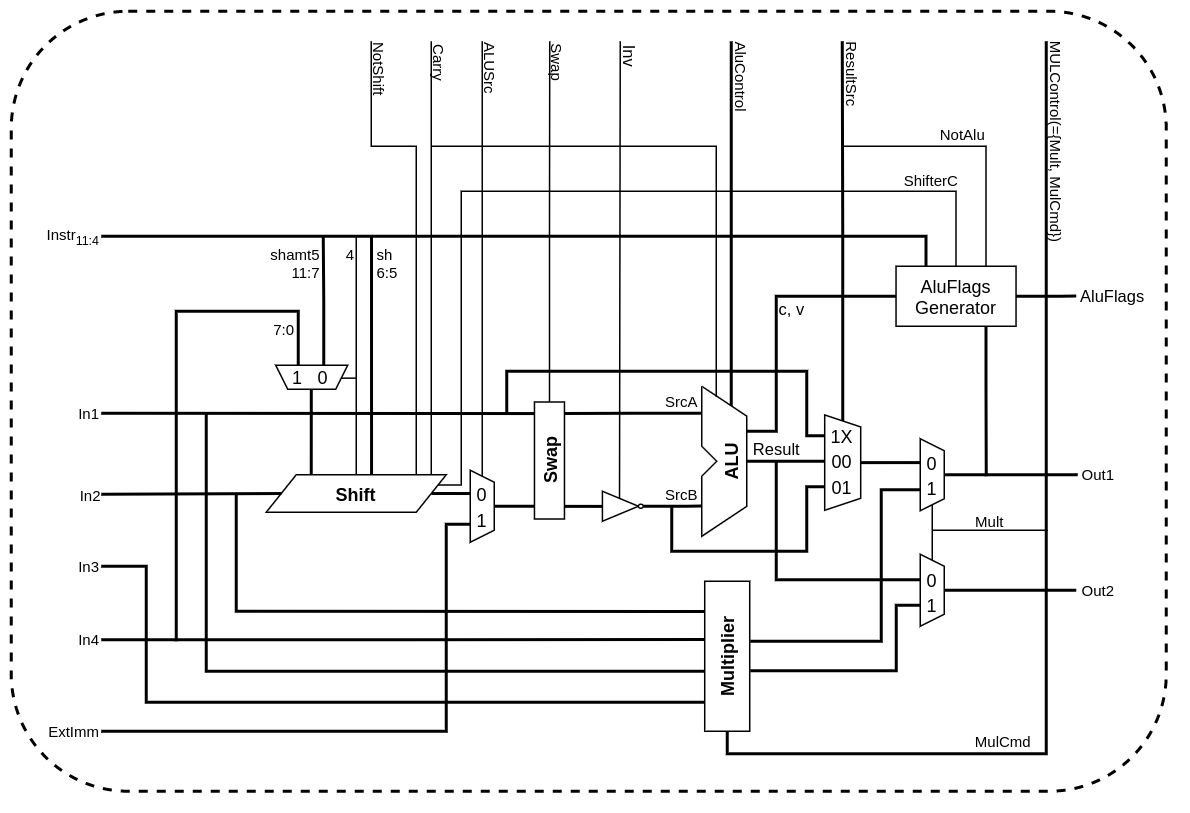
This is asset/alu_block.drawio.png from takah29/arm-cpu, a draw.io export, as it was before one commit. Source tidied: cells renumbered, new cells last; positions are measured from the earlier drawing's top-left corner, leaving out a move shared by most shapes.
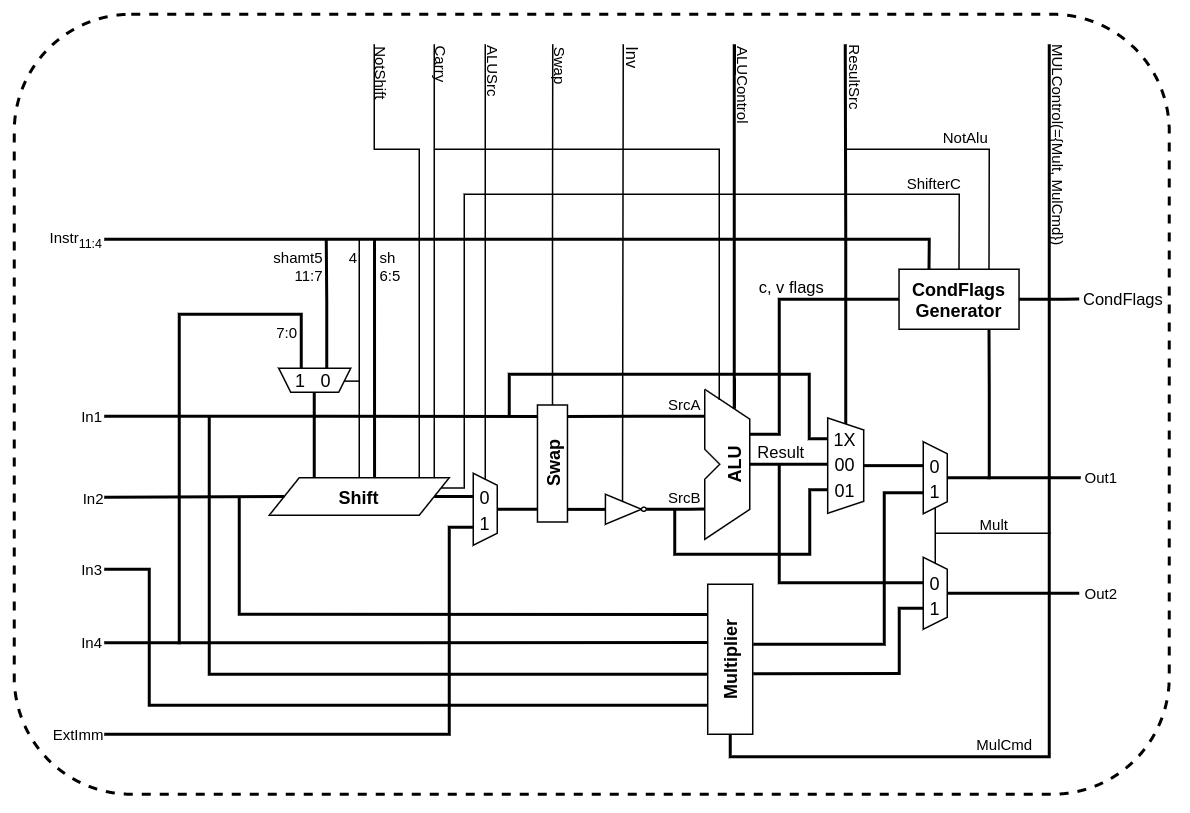
The same diagram one commit later.

Commit message:
回路図を修正

Diff of the diagram source:
```diff
@@ -171,10 +171,9 @@
         <mxPoint x="542.3" y="283" as="sourcePoint" />
         <mxPoint x="330" y="268" as="targetPoint" />
         <Array as="points">
-          <mxPoint x="530.3" y="283" />
-          <mxPoint x="530.3" y="240" />
-          <mxPoint x="330.3" y="240" />
-          <mxPoint x="330.3" y="268" />
+          <mxPoint x="530" y="283" />
+          <mxPoint x="530" y="240" />
+          <mxPoint x="330" y="240" />
         </Array>
       </mxGeometry>
     </mxCell>
@@ -292,7 +291,7 @@
         <mxPoint x="60" y="268" as="sourcePoint" />
         <mxPoint x="348.9" y="268.2" as="targetPoint" />
         <Array as="points">
-          <mxPoint x="349" y="268" />
+          <mxPoint x="210" y="268" />
         </Array>
       </mxGeometry>
     </mxCell>
@@ -332,7 +331,7 @@
     </mxCell>
     <mxCell id="62" value="Inv" style="edgeLabel;html=1;align=center;verticalAlign=middle;fontSize=11;labelBackgroundColor=none;rotation=90;labelPosition=center;verticalLabelPosition=middle;" parent="61" vertex="1">
       <mxGeometry x="-0.98" relative="1" as="geometry">
-        <mxPoint x="7.3" y="5.8" as="offset" />
+        <mxPoint x="7.3" y="4.8" as="offset" />
       </mxGeometry>
     </mxCell>
     <mxCell id="63" style="edgeStyle=orthogonalEdgeStyle;rounded=0;orthogonalLoop=1;jettySize=auto;html=1;endArrow=none;endFill=0;strokeWidth=2;entryX=0;entryY=0.5;entryDx=0;entryDy=0;" parent="1" edge="1">
@@ -395,9 +394,9 @@
         </Array>
       </mxGeometry>
     </mxCell>
-    <mxCell id="74" value="c, v" style="edgeLabel;html=1;align=left;verticalAlign=middle;labelBackgroundColor=none;labelPosition=right;verticalLabelPosition=middle;" parent="73" vertex="1">
+    <mxCell id="74" value="c, v flags" style="edgeLabel;html=1;align=center;verticalAlign=bottom;labelBackgroundColor=none;labelPosition=center;verticalLabelPosition=middle;" parent="73" vertex="1">
       <mxGeometry x="-0.15" relative="1" as="geometry">
-        <mxPoint x="0.3" y="-20.7" as="offset" />
+        <mxPoint x="7.3" y="-28.7" as="offset" />
       </mxGeometry>
     </mxCell>
     <mxCell id="75" style="edgeStyle=orthogonalEdgeStyle;rounded=0;orthogonalLoop=1;jettySize=auto;html=1;exitX=0;exitY=0.5;exitDx=0;exitDy=0;endArrow=none;endFill=0;strokeWidth=2;fontSize=10;" parent="1" edge="1">
@@ -425,9 +424,9 @@
         </Array>
       </mxGeometry>
     </mxCell>
-    <mxCell id="78" value="AluControl" style="edgeLabel;html=1;align=center;verticalAlign=middle;fontSize=10;rotation=90;labelBackgroundColor=none;" parent="77" vertex="1">
+    <mxCell id="78" value="ALUControl" style="edgeLabel;html=1;align=center;verticalAlign=middle;fontSize=10;rotation=90;labelBackgroundColor=none;" parent="77" vertex="1">
       <mxGeometry x="0.7" relative="1" as="geometry">
-        <mxPoint x="7" y="-14" as="offset" />
+        <mxPoint x="7" y="-11" as="offset" />
       </mxGeometry>
     </mxCell>
     <mxCell id="79" style="edgeStyle=orthogonalEdgeStyle;rounded=0;orthogonalLoop=1;jettySize=auto;html=1;endArrow=none;endFill=0;strokeWidth=1;fontSize=10;" parent="1" edge="1">
@@ -495,12 +494,12 @@
     </mxCell>
     <mxCell id="87" value="Carry" style="edgeLabel;html=1;align=center;verticalAlign=middle;fontSize=10;rotation=90;labelBackgroundColor=none;" parent="86" vertex="1">
       <mxGeometry x="0.42" y="-1" relative="1" as="geometry">
-        <mxPoint x="5" y="-70.8" as="offset" />
+        <mxPoint x="5" y="-71.8" as="offset" />
       </mxGeometry>
     </mxCell>
     <mxCell id="88" style="edgeStyle=orthogonalEdgeStyle;rounded=0;orthogonalLoop=1;jettySize=auto;html=1;endArrow=none;endFill=0;strokeWidth=2;fontSize=10;entryX=0.688;entryY=1.001;entryDx=0;entryDy=0;entryPerimeter=0;" parent="1" edge="1">
       <mxGeometry relative="1" as="geometry">
-        <mxPoint x="110" y="420" as="sourcePoint" />
+        <mxPoint x="110" y="419" as="sourcePoint" />
         <mxPoint x="191.3" y="236" as="targetPoint" />
         <Array as="points">
           <mxPoint x="110" y="420" />
@@ -547,12 +546,12 @@
         </Array>
       </mxGeometry>
     </mxCell>
-    <mxCell id="95" value="AluFlags" style="edgeLabel;html=1;align=left;verticalAlign=middle;labelBackgroundColor=none;labelPosition=right;verticalLabelPosition=middle;" parent="94" vertex="1">
+    <mxCell id="95" value="CondFlags" style="edgeLabel;html=1;align=left;verticalAlign=middle;labelBackgroundColor=none;labelPosition=right;verticalLabelPosition=middle;" parent="94" vertex="1">
       <mxGeometry x="0.79" y="-1" relative="1" as="geometry">
         <mxPoint x="5" y="-1" as="offset" />
       </mxGeometry>
     </mxCell>
-    <mxCell id="96" value="AluFlags&lt;br&gt;Generator" style="rounded=0;whiteSpace=wrap;html=1;fontSize=12;" parent="1" vertex="1">
+    <mxCell id="96" value="&lt;b&gt;CondFlags&lt;br&gt;Generator&lt;/b&gt;" style="rounded=0;whiteSpace=wrap;html=1;fontSize=12;" parent="1" vertex="1">
       <mxGeometry x="589.9" y="170" width="80" height="40" as="geometry" />
     </mxCell>
     <mxCell id="97" style="edgeStyle=orthogonalEdgeStyle;rounded=0;jettySize=auto;html=1;endArrow=none;endFill=0;strokeWidth=2;entryX=0;entryY=0.5;entryDx=0;entryDy=0;" parent="1" edge="1" target="44">
@@ -575,7 +574,7 @@
     <mxCell id="100" style="edgeStyle=orthogonalEdgeStyle;rounded=0;orthogonalLoop=1;jettySize=auto;html=1;endArrow=none;endFill=0;strokeWidth=1;fontSize=12;" parent="1" edge="1">
       <mxGeometry relative="1" as="geometry">
         <mxPoint x="614" y="346" as="sourcePoint" />
-        <mxPoint x="691" y="346" as="targetPoint" />
+        <mxPoint x="690" y="346" as="targetPoint" />
         <Array as="points">
           <mxPoint x="691" y="346" />
         </Array>
```
